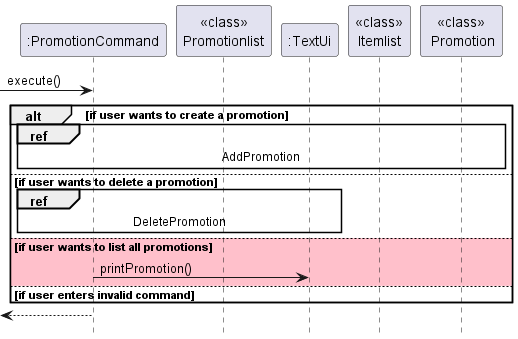
The PlantUML diagram docs/Diagrams/Images/Promotion/ListPromotion_SequenceDigram.png in LowTL/tp, before a commit. Its diagram source:
```plantuml
@startuml

participant ":PromotionCommand" as PromotionCommand
participant "<<class>>\nPromotionlist" as PromotionList
participant ":TextUi" as TextUi
participant "<<class>>\nItemlist" as Itemlist
participant "<<class>>\n Promotion" as Promotion


-> PromotionCommand: execute()

alt if user wants to create a promotion
    ref over PromotionCommand, PromotionList, Itemlist, Promotion, TextUi : AddPromotion
else if user wants to delete a promotion
    ref over PromotionCommand, PromotionList, TextUi : DeletePromotion
else #Pink if user wants to list all promotions
    PromotionCommand -> TextUi: printPromotion()
else if user enters invalid command
end

<-- PromotionCommand

hide footbox
@enduml
```
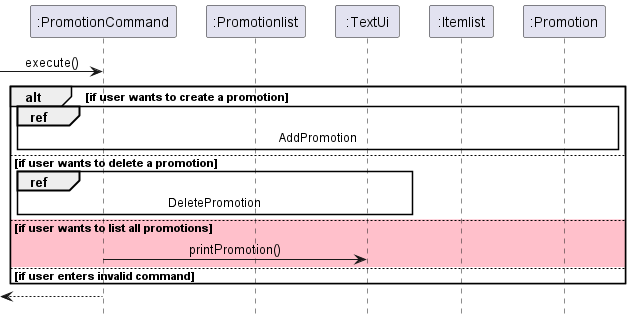
The same diagram one commit later.

Diff of the diagram source:
```diff
@@ -1,10 +1,11 @@
 @startuml
+!include ../Style.puml
 
 participant ":PromotionCommand" as PromotionCommand
-participant "<<class>>\nPromotionlist" as PromotionList
+participant ":Promotionlist" as PromotionList
 participant ":TextUi" as TextUi
-participant "<<class>>\nItemlist" as Itemlist
-participant "<<class>>\n Promotion" as Promotion
+participant ":Itemlist" as Itemlist
+participant ":Promotion" as Promotion
 
 
 -> PromotionCommand: execute()
```
